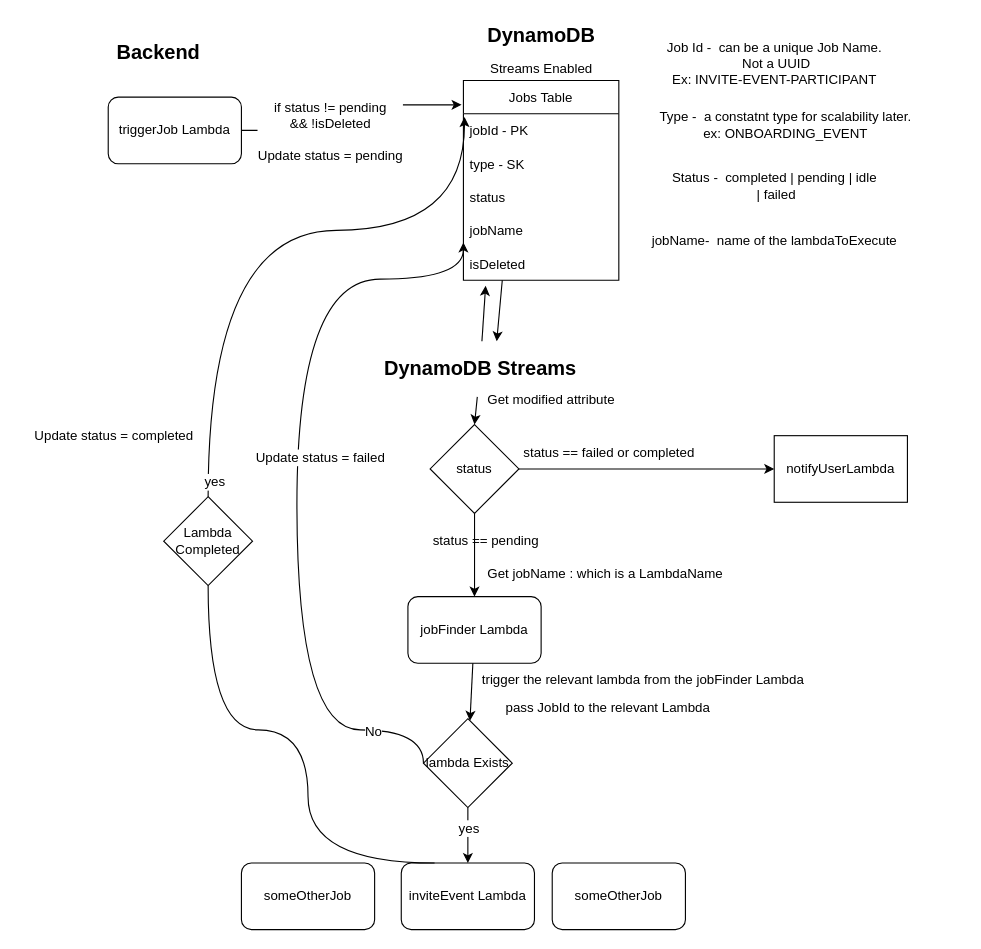
Before: Background Job Flow.drawio in heshanWick/superglu-diagrams, a draw.io diagram. Source tidied: cells renumbered, new cells numbered last; positions are measured from the earlier drawing's top-left corner, leaving out a move shared by most shapes. Both pictures are drawn from the tidied source at 111%, with x=0, y=0 at pixel (24, 19).
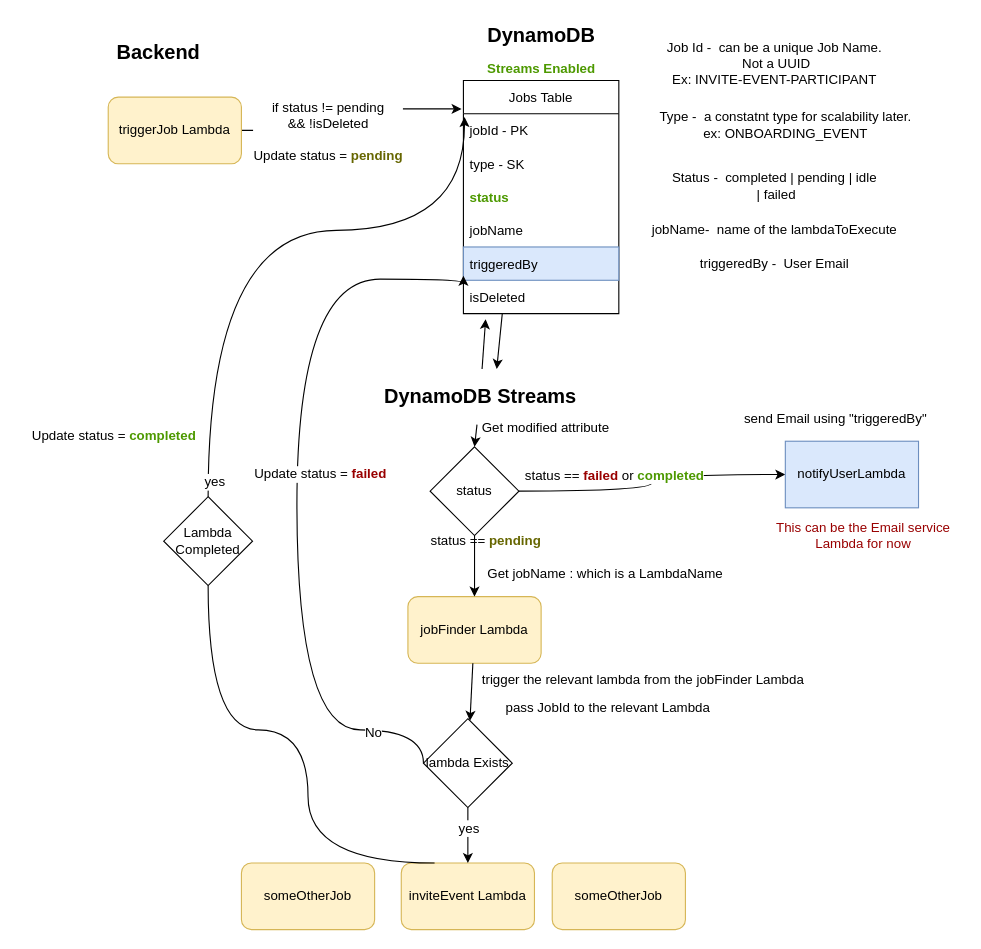
The same page after the edit.

Unchanged cells that the change refers to:
```xml
<mxCell id="12" style="edgeStyle=orthogonalEdgeStyle;rounded=0;jettySize=auto;html=1;fontSize=12;entryX=-0.012;entryY=0.122;entryDx=0;entryDy=0;entryPerimeter=0;" parent="1" edge="1" source="14" target="3">
  <mxGeometry relative="1" as="geometry" />
</mxCell>
<mxCell id="37" style="edgeStyle=orthogonalEdgeStyle;curved=1;rounded=0;jettySize=auto;html=1;fontSize=12;entryX=0;entryY=-0.133;entryDx=0;entryDy=0;entryPerimeter=0;exitX=0;exitY=0.5;exitDx=0;exitDy=0;" parent="1" edge="1" source="40" target="8">
  <mxGeometry relative="1" as="geometry">
    <Array as="points">
      <mxPoint x="359" y="640" />
      <mxPoint x="245" y="640" />
      <mxPoint x="245" y="234" />
      <mxPoint x="395" y="234" />
    </Array>
  </mxGeometry>
</mxCell>
<mxCell id="43" style="edgeStyle=orthogonalEdgeStyle;curved=1;rounded=0;jettySize=auto;html=1;fontSize=12;entryX=0;entryY=0.5;entryDx=0;entryDy=0;" parent="1" edge="1" source="45" target="47">
  <mxGeometry relative="1" as="geometry" />
</mxCell>
```

The edit, as a diff of the source:
```diff
@@
-    <mxCell id="2" value="Streams Enabled" style="text;html=1;align=center;verticalAlign=middle;strokeColor=none;fillColor=none;" parent="1" vertex="1">
+    <mxCell id="2" value="&lt;b&gt;&lt;font color=&quot;#4D9900&quot;&gt;Streams Enabled&lt;/font&gt;&lt;/b&gt;" style="text;html=1;align=center;verticalAlign=middle;strokeColor=none;fillColor=none;" parent="1" vertex="1">
       <mxGeometry x="410" y="35" width="110" height="20" as="geometry" />
     </mxCell>
     <mxCell id="3" value="Jobs Table" style="swimlane;fontStyle=0;horizontal=1;startSize=30;" parent="1" vertex="1">
-      <mxGeometry x="395" y="55" width="140" height="180" as="geometry" />
+      <mxGeometry x="395" y="55" width="140" height="210" as="geometry" />
     </mxCell>
@@
-    <mxCell id="6" value="status" style="text;strokeColor=none;fillColor=none;align=left;verticalAlign=middle;spacingLeft=4;spacingRight=4;overflow=hidden;" parent="3" vertex="1">
+    <mxCell id="6" value="status" style="text;strokeColor=none;fillColor=none;align=left;verticalAlign=middle;spacingLeft=4;spacingRight=4;overflow=hidden;fontColor=#4D9900;fontStyle=1;" parent="3" vertex="1">
       <mxGeometry y="90" width="140" height="30" as="geometry" />
     </mxCell>
@@
+    <mxCell id="48" value="triggeredBy" style="text;strokeColor=#6c8ebf;fillColor=#dae8fc;align=left;verticalAlign=middle;spacingLeft=4;spacingRight=4;overflow=hidden;" parent="3" vertex="1">
+      <mxGeometry y="150" width="140" height="30" as="geometry" />
+    </mxCell>
     <mxCell id="8" value="isDeleted" style="text;strokeColor=none;fillColor=none;align=left;verticalAlign=middle;spacingLeft=4;spacingRight=4;overflow=hidden;points=[[0,0.5],[1,0.5]];portConstraint=eastwest;" parent="3" vertex="1">
-      <mxGeometry y="150" width="140" height="30" as="geometry" />
+      <mxGeometry y="180" width="140" height="30" as="geometry" />
     </mxCell>
@@
     <mxCell id="10" value="&lt;h1 class=&quot;topictitle&quot; id=&quot;Streams&quot; style=&quot;font-size: 18px;&quot;&gt;DynamoDB Streams&lt;/h1&gt;" style="text;html=1;align=center;verticalAlign=middle;points=[];strokeColor=none;fillColor=none;fontSize=18;" parent="1" vertex="1">
-      <mxGeometry x="315" y="290" width="190" height="50" as="geometry" />
+      <mxGeometry x="315" y="315" width="190" height="50" as="geometry" />
     </mxCell>
@@
-    <mxCell id="13" value="&lt;div&gt;if status != pending &lt;br&gt;&lt;/div&gt;&lt;div&gt;&amp;amp;&amp;amp; !isDeleted&lt;br&gt;&lt;/div&gt;&lt;div&gt;&lt;br&gt;&lt;/div&gt;&lt;div&gt;Update status = pending&lt;br&gt;&lt;/div&gt;" style="edgeLabel;html=1;align=center;verticalAlign=middle;fontSize=12;" parent="12" vertex="1">
+    <mxCell id="13" value="&lt;div&gt;if status != pending &lt;br&gt;&lt;/div&gt;&lt;div&gt;&amp;amp;&amp;amp; !isDeleted&lt;br&gt;&lt;/div&gt;&lt;div&gt;&lt;br&gt;&lt;/div&gt;&lt;div&gt;Update status = &lt;b&gt;&lt;font color=&quot;#666600&quot;&gt;pending&lt;/font&gt;&lt;/b&gt;&lt;br&gt;&lt;/div&gt;" style="edgeLabel;html=1;align=center;verticalAlign=middle;fontSize=12;" parent="12" vertex="1">
       <mxGeometry x="-0.39" relative="1" as="geometry">
         <mxPoint x="11" as="offset" />
       </mxGeometry>
     </mxCell>
-    <mxCell id="14" value="triggerJob Lambda" style="rounded=1;whiteSpace=wrap;html=1;fontSize=12;" parent="1" vertex="1">
+    <mxCell id="14" value="triggerJob Lambda" style="rounded=1;whiteSpace=wrap;html=1;fontSize=12;fillColor=#fff2cc;strokeColor=#d6b656;" parent="1" vertex="1">
       <mxGeometry x="75" y="70" width="120" height="60" as="geometry" />
     </mxCell>
@@
     <mxCell id="18" style="endArrow=classic;html=1;rounded=0;fontSize=12;" parent="1" edge="1" source="10">
       <mxGeometry relative="1" as="geometry">
-        <mxPoint x="415" y="240" as="targetPoint" />
+        <mxPoint x="415" y="270" as="targetPoint" />
       </mxGeometry>
     </mxCell>
@@
     <mxCell id="20" value="Get modified attribute&lt;br&gt;&amp;nbsp;" style="text;html=1;align=left;verticalAlign=middle;strokeColor=none;fillColor=none;fontSize=12;" parent="1" vertex="1">
-      <mxGeometry x="415" y="335" width="130" height="30" as="geometry" />
+      <mxGeometry x="410" y="360" width="130" height="30" as="geometry" />
     </mxCell>
-    <mxCell id="21" value="jobFinder Lambda" style="rounded=1;whiteSpace=wrap;html=1;fontSize=12;" parent="1" vertex="1">
+    <mxCell id="21" value="jobFinder Lambda" style="rounded=1;whiteSpace=wrap;html=1;fontSize=12;fillColor=#fff2cc;strokeColor=#d6b656;" parent="1" vertex="1">
       <mxGeometry x="345" y="520" width="120" height="60" as="geometry" />
     </mxCell>
@@
     <mxCell id="23" value="&lt;div&gt;jobName-&amp;nbsp; name of the lambdaToExecute&lt;br&gt;&lt;/div&gt;" style="text;html=1;align=center;verticalAlign=middle;strokeColor=none;fillColor=none;fontSize=12;" parent="1" vertex="1">
-      <mxGeometry x="555" y="190" width="240" height="20" as="geometry" />
+      <mxGeometry x="555" y="180" width="240" height="20" as="geometry" />
     </mxCell>
@@
-    <mxCell id="25" value="inviteEvent Lambda" style="rounded=1;whiteSpace=wrap;html=1;fontSize=12;" parent="1" vertex="1">
+    <mxCell id="25" value="inviteEvent Lambda" style="rounded=1;whiteSpace=wrap;html=1;fontSize=12;fillColor=#fff2cc;strokeColor=#d6b656;" parent="1" vertex="1">
       <mxGeometry x="339" y="760" width="120" height="60" as="geometry" />
     </mxCell>
@@
-    <mxCell id="28" value="someOtherJob" style="rounded=1;whiteSpace=wrap;html=1;fontSize=12;" parent="1" vertex="1">
+    <mxCell id="28" value="someOtherJob" style="rounded=1;whiteSpace=wrap;html=1;fontSize=12;fillColor=#fff2cc;strokeColor=#d6b656;" parent="1" vertex="1">
       <mxGeometry x="195" y="760" width="120" height="60" as="geometry" />
     </mxCell>
-    <mxCell id="29" value="someOtherJob" style="rounded=1;whiteSpace=wrap;html=1;fontSize=12;" parent="1" vertex="1">
+    <mxCell id="29" value="someOtherJob" style="rounded=1;whiteSpace=wrap;html=1;fontSize=12;fillColor=#fff2cc;strokeColor=#d6b656;" parent="1" vertex="1">
       <mxGeometry x="475" y="760" width="120" height="60" as="geometry" />
     </mxCell>
@@
-    <mxCell id="39" value="Update status = failed" style="edgeLabel;html=1;align=center;verticalAlign=middle;fontSize=12;" parent="37" vertex="1">
+    <mxCell id="39" value="Update status = &lt;b&gt;&lt;font color=&quot;#990000&quot;&gt;failed&lt;/font&gt;&lt;/b&gt;" style="edgeLabel;html=1;align=center;verticalAlign=middle;fontSize=12;" parent="37" vertex="1">
       <mxGeometry x="-0.02" y="-1" relative="1" as="geometry">
         <mxPoint x="19" y="-31" as="offset" />
       </mxGeometry>
     </mxCell>
@@
-    <mxCell id="41" value="Update status = completed" style="text;html=1;align=center;verticalAlign=middle;strokeColor=none;fillColor=none;fontSize=12;" parent="1" vertex="1">
-      <mxGeometry y="365" width="160" height="20" as="geometry" />
+    <mxCell id="41" value="Update status = &lt;font color=&quot;#4D9900&quot;&gt;&lt;b&gt;completed&lt;/b&gt;&lt;/font&gt;" style="text;html=1;align=center;verticalAlign=middle;strokeColor=none;fillColor=none;fontSize=12;" parent="1" vertex="1">
+      <mxGeometry x="-5" y="365" width="170" height="20" as="geometry" />
     </mxCell>
@@
-    <mxCell id="44" value="status == failed or completed" style="edgeLabel;html=1;align=center;verticalAlign=middle;fontSize=12;" parent="43" vertex="1">
+    <mxCell id="44" value="status == &lt;b&gt;&lt;font color=&quot;#990000&quot;&gt;failed &lt;/font&gt;&lt;/b&gt;or &lt;b&gt;&lt;font color=&quot;#4D9900&quot;&gt;completed&lt;/font&gt;&lt;/b&gt;" style="edgeLabel;html=1;align=center;verticalAlign=middle;fontSize=12;" parent="43" vertex="1">
       <mxGeometry x="-0.64" y="4" relative="1" as="geometry">
         <mxPoint x="39" y="-11" as="offset" />
       </mxGeometry>
     </mxCell>
     <mxCell id="45" value="status" style="rhombus;whiteSpace=wrap;html=1;fontSize=12;" parent="1" vertex="1">
-      <mxGeometry x="365" y="365" width="80" height="80" as="geometry" />
+      <mxGeometry x="365" y="385" width="80" height="80" as="geometry" />
     </mxCell>
-    <mxCell id="46" value="status == pending" style="text;html=1;align=center;verticalAlign=middle;strokeColor=none;fillColor=none;fontSize=12;" parent="1" vertex="1">
+    <mxCell id="46" value="status == &lt;b&gt;&lt;font color=&quot;#666600&quot;&gt;pending&lt;/font&gt;&lt;/b&gt;" style="text;html=1;align=center;verticalAlign=middle;strokeColor=none;fillColor=none;fontSize=12;" parent="1" vertex="1">
       <mxGeometry x="360" y="460" width="110" height="20" as="geometry" />
     </mxCell>
-    <mxCell id="47" value="notifyUserLambda" style="rounded=0;whiteSpace=wrap;html=1;fontSize=12;" parent="1" vertex="1">
-      <mxGeometry x="675" y="375" width="120" height="60" as="geometry" />
+    <mxCell id="47" value="notifyUserLambda" style="rounded=0;whiteSpace=wrap;html=1;fontSize=12;fillColor=#dae8fc;strokeColor=#6c8ebf;" parent="1" vertex="1">
+      <mxGeometry x="685" y="380" width="120" height="60" as="geometry" />
     </mxCell>
+    <mxCell id="49" value="triggeredBy -&amp;nbsp; User Email" style="text;html=1;align=center;verticalAlign=middle;strokeColor=none;fillColor=none;fontSize=12;" parent="1" vertex="1">
+      <mxGeometry x="600" y="210" width="150" height="20" as="geometry" />
+    </mxCell>
+    <mxCell id="50" value="send Email using &quot;triggeredBy&quot;" style="text;html=1;align=center;verticalAlign=middle;strokeColor=none;fillColor=none;fontSize=12;" parent="1" vertex="1">
+      <mxGeometry x="635" y="350" width="190" height="20" as="geometry" />
+    </mxCell>
+    <mxCell id="51" value="&lt;div&gt;This can be the Email service &lt;br&gt;&lt;/div&gt;&lt;div&gt;Lambda for now&lt;br&gt;&lt;/div&gt;" style="text;html=1;align=center;verticalAlign=middle;strokeColor=none;fillColor=none;fontSize=12;fontColor=#990000;" parent="1" vertex="1">
+      <mxGeometry x="665" y="450" width="180" height="30" as="geometry" />
+    </mxCell>
```
